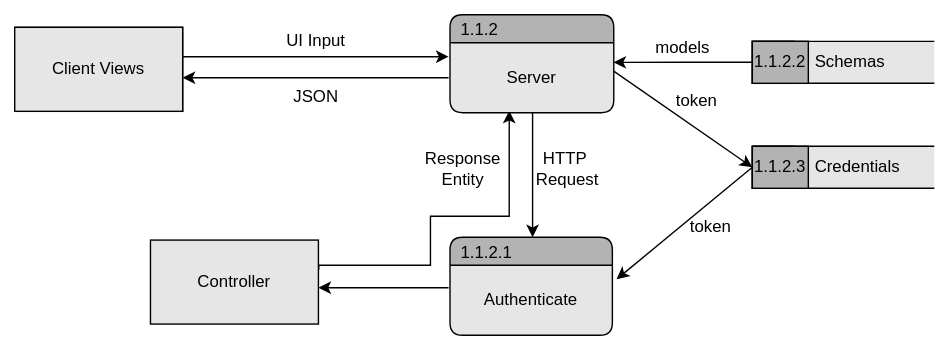
Above: TeamThreeFiles/1.1.2 Server DFD.drawio.svg in MckennahPalmer/CSE430 (draw.io), before the change. Source tidied: cells renumbered, new cells last; positions are measured from the earlier drawing's top-left corner, leaving out a move shared by most shapes. Its diagram source:
```xml
<mxGraphModel>
  <root>
    <mxCell id="0" />
    <mxCell id="1" parent="0" />
    <mxCell id="2" value="Client" style="rounded=0;whiteSpace=wrap;html=1;" parent="1" vertex="1">
      <mxGeometry y="9" width="120" height="60" as="geometry" />
    </mxCell>
    <mxCell id="3" style="edgeStyle=orthogonalEdgeStyle;rounded=0;orthogonalLoop=1;jettySize=auto;html=1;exitX=0;exitY=0.75;exitDx=0;exitDy=0;entryX=1;entryY=0.75;entryDx=0;entryDy=0;" parent="1" edge="1">
      <mxGeometry relative="1" as="geometry">
        <mxPoint x="310" y="45" as="sourcePoint" />
        <mxPoint x="120" y="45" as="targetPoint" />
      </mxGeometry>
    </mxCell>
    <mxCell id="4" style="edgeStyle=orthogonalEdgeStyle;rounded=0;orthogonalLoop=1;jettySize=auto;html=1;" parent="1" edge="1">
      <mxGeometry relative="1" as="geometry">
        <mxPoint x="370" y="69" as="sourcePoint" />
        <mxPoint x="370" y="159" as="targetPoint" />
      </mxGeometry>
    </mxCell>
    <mxCell id="5" style="rounded=0;orthogonalLoop=1;jettySize=auto;html=1;exitX=0.993;exitY=0.334;exitDx=0;exitDy=0;entryX=0;entryY=0.5;entryDx=0;entryDy=0;exitPerimeter=0;" parent="1" edge="1">
      <mxGeometry relative="1" as="geometry">
        <mxPoint x="427.2" y="39.7" as="sourcePoint" />
        <mxPoint x="527" y="109" as="targetPoint" />
      </mxGeometry>
    </mxCell>
    <mxCell id="6" style="endArrow=classic;html=1;rounded=0;exitX=1;exitY=0.5;exitDx=0;exitDy=0;entryX=0;entryY=0.5;entryDx=0;entryDy=0;" parent="1" edge="1">
      <mxGeometry relative="1" as="geometry">
        <mxPoint x="120" y="30" as="sourcePoint" />
        <mxPoint x="310" y="30" as="targetPoint" />
      </mxGeometry>
    </mxCell>
    <mxCell id="7" value="UI Input" style="text;html=1;align=center;verticalAlign=middle;strokeColor=none;fillColor=none;" parent="1" vertex="1">
      <mxGeometry x="180" y="4" width="70" height="30" as="geometry" />
    </mxCell>
    <mxCell id="8" value="HTTP&lt;br&gt;&amp;nbsp;Request" style="text;html=1;align=center;verticalAlign=middle;strokeColor=none;fillColor=none;" parent="1" vertex="1">
      <mxGeometry x="358" y="90" width="70" height="40" as="geometry" />
    </mxCell>
    <mxCell id="9" value="JSON" style="text;html=1;align=center;verticalAlign=middle;strokeColor=none;fillColor=none;" parent="1" vertex="1">
      <mxGeometry x="185" y="44" width="60" height="30" as="geometry" />
    </mxCell>
    <mxCell id="10" value="Response &lt;br&gt;Entity" style="text;html=1;align=center;verticalAlign=middle;strokeColor=none;fillColor=none;" parent="1" vertex="1">
      <mxGeometry x="280" y="90" width="80" height="40" as="geometry" />
    </mxCell>
    <mxCell id="11" style="edgeStyle=orthogonalEdgeStyle;rounded=0;orthogonalLoop=1;jettySize=auto;html=1;entryX=1;entryY=0.5;entryDx=0;entryDy=0;" parent="1" edge="1">
      <mxGeometry relative="1" as="geometry">
        <mxPoint x="310" y="195" as="sourcePoint" />
        <mxPoint x="217" y="195" as="targetPoint" />
      </mxGeometry>
    </mxCell>
    <mxCell id="12" style="edgeStyle=orthogonalEdgeStyle;rounded=0;orthogonalLoop=1;jettySize=auto;html=1;exitX=1.002;exitY=0.387;exitDx=0;exitDy=0;entryX=0.336;entryY=0.992;entryDx=0;entryDy=0;entryPerimeter=0;exitPerimeter=0;" parent="1" edge="1">
      <mxGeometry relative="1" as="geometry">
        <mxPoint x="217.2" y="182.2" as="sourcePoint" />
        <mxPoint x="353.3" y="68.5" as="targetPoint" />
        <Array as="points">
          <mxPoint x="217" y="179" />
          <mxPoint x="297" y="179" />
          <mxPoint x="297" y="144" />
          <mxPoint x="353" y="144" />
        </Array>
      </mxGeometry>
    </mxCell>
    <mxCell id="13" style="rounded=0;orthogonalLoop=1;jettySize=auto;html=1;exitX=0;exitY=0.5;exitDx=0;exitDy=0;entryX=1;entryY=0.5;entryDx=0;entryDy=0;" parent="1" edge="1">
      <mxGeometry relative="1" as="geometry">
        <mxPoint x="527" y="109" as="sourcePoint" />
        <mxPoint x="430" y="189" as="targetPoint" />
      </mxGeometry>
    </mxCell>
    <mxCell id="14" value="1" style="rounded=0;whiteSpace=wrap;html=1;fillColor=#cccccc;fontColor=#333333;strokeColor=#000000;" parent="1" vertex="1">
      <mxGeometry x="527" y="19" width="30" height="30" as="geometry" />
    </mxCell>
    <mxCell id="15" value="2" style="rounded=0;whiteSpace=wrap;html=1;fillColor=#cccccc;fontColor=#333333;strokeColor=#000000;" parent="1" vertex="1">
      <mxGeometry x="527" y="94" width="30" height="30" as="geometry" />
    </mxCell>
    <mxCell id="16" style="edgeStyle=orthogonalEdgeStyle;rounded=0;jettySize=auto;html=1;exitX=0;exitY=0.5;exitDx=0;exitDy=0;entryX=0.998;entryY=0.205;entryDx=0;entryDy=0;entryPerimeter=0;" parent="1" edge="1" source="14">
      <mxGeometry relative="1" as="geometry">
        <mxPoint x="427.8" y="34" as="targetPoint" />
      </mxGeometry>
    </mxCell>
    <mxCell id="17" value="1.1.2" style="swimlane;fontStyle=0;horizontal=1;startSize=20;fillColor=#B3B3B3;swimlaneFillColor=#E6E6E6;rounded=1;strokeColor=default;align=left;verticalAlign=middle;fontFamily=Helvetica;fontSize=12;fontColor=default;spacingLeft=6;shadow=0;" parent="1" vertex="1">
      <mxGeometry x="311" width="117" height="70" as="geometry" />
    </mxCell>
    <mxCell id="18" value="Server" style="text;html=1;strokeColor=none;fillColor=none;align=center;verticalAlign=middle;whiteSpace=wrap;rounded=0;fontSize=12;fontFamily=Helvetica;fontColor=default;" parent="17" vertex="1">
      <mxGeometry y="20" width="117" height="50" as="geometry" />
    </mxCell>
    <mxCell id="19" value="1.1.2.1" style="swimlane;fontStyle=0;horizontal=1;startSize=20;fillColor=#B3B3B3;swimlaneFillColor=#E6E6E6;rounded=1;strokeColor=default;align=left;verticalAlign=middle;fontFamily=Helvetica;fontSize=12;fontColor=default;spacingLeft=6;shadow=0;" parent="1" vertex="1">
      <mxGeometry x="311" y="159" width="116" height="70" as="geometry" />
    </mxCell>
    <mxCell id="20" value="Authenticate" style="text;html=1;strokeColor=none;fillColor=none;align=center;verticalAlign=middle;whiteSpace=wrap;rounded=0;fontSize=12;fontFamily=Helvetica;fontColor=default;" parent="19" vertex="1">
      <mxGeometry y="20" width="116" height="50" as="geometry" />
    </mxCell>
    <mxCell id="21" value="Client Views" style="rounded=0;whiteSpace=wrap;html=1;strokeColor=default;align=center;verticalAlign=middle;fontFamily=Helvetica;fontSize=12;fontColor=default;startSize=20;fillColor=#E6E6E6;" parent="1" vertex="1">
      <mxGeometry y="9" width="120" height="60" as="geometry" />
    </mxCell>
    <mxCell id="22" value="Controller" style="rounded=0;whiteSpace=wrap;html=1;strokeColor=default;align=center;verticalAlign=middle;fontFamily=Helvetica;fontSize=12;fontColor=default;startSize=20;fillColor=#E6E6E6;" parent="1" vertex="1">
      <mxGeometry x="97" y="161" width="120" height="60" as="geometry" />
    </mxCell>
    <mxCell id="23" style="group;" parent="1" vertex="1">
      <mxGeometry x="527" y="19" width="130" height="30" as="geometry" />
    </mxCell>
    <mxCell id="24" style="html=1;dashed=0;whiteSpace=wrap;shape=mxgraph.dfd.dataStoreID;align=left;spacingLeft=3;rounded=1;strokeColor=default;verticalAlign=middle;fontFamily=Helvetica;fontSize=12;fontColor=default;startSize=20;fillColor=#E6E6E6;shadow=0;" parent="23" vertex="1">
      <mxGeometry width="130" height="30" as="geometry" />
    </mxCell>
    <mxCell id="25" style="rounded=0;whiteSpace=wrap;html=1;strokeColor=default;align=center;verticalAlign=middle;fontFamily=Helvetica;fontSize=12;fontColor=default;startSize=20;fillColor=#B3B3B3;" parent="23" vertex="1">
      <mxGeometry width="40" height="30" as="geometry" />
    </mxCell>
    <mxCell id="26" value="1.1.2.2" style="text;html=1;strokeColor=none;fillColor=none;align=center;verticalAlign=middle;whiteSpace=wrap;rounded=0;fontSize=12;fontFamily=Helvetica;fontColor=default;" parent="23" vertex="1">
      <mxGeometry width="40" height="30" as="geometry" />
    </mxCell>
    <mxCell id="27" value="Schemas" style="text;html=1;strokeColor=none;fillColor=none;align=left;verticalAlign=middle;whiteSpace=wrap;rounded=0;fontSize=12;fontFamily=Helvetica;fontColor=default;" parent="23" vertex="1">
      <mxGeometry x="43.3" width="86.7" height="30" as="geometry" />
    </mxCell>
    <mxCell id="28" style="group;" parent="1" vertex="1">
      <mxGeometry x="527" y="94" width="130" height="30" as="geometry" />
    </mxCell>
    <mxCell id="29" style="html=1;dashed=0;whiteSpace=wrap;shape=mxgraph.dfd.dataStoreID;align=left;spacingLeft=3;rounded=1;strokeColor=default;verticalAlign=middle;fontFamily=Helvetica;fontSize=12;fontColor=default;startSize=20;fillColor=#E6E6E6;shadow=0;" parent="28" vertex="1">
      <mxGeometry width="130" height="30" as="geometry" />
    </mxCell>
    <mxCell id="30" style="rounded=0;whiteSpace=wrap;html=1;strokeColor=default;align=center;verticalAlign=middle;fontFamily=Helvetica;fontSize=12;fontColor=default;startSize=20;fillColor=#B3B3B3;" parent="28" vertex="1">
      <mxGeometry width="40" height="30" as="geometry" />
    </mxCell>
    <mxCell id="31" value="1.1.2.3" style="text;html=1;strokeColor=none;fillColor=none;align=center;verticalAlign=middle;whiteSpace=wrap;rounded=0;fontSize=12;fontFamily=Helvetica;fontColor=default;" parent="28" vertex="1">
      <mxGeometry width="40" height="30" as="geometry" />
    </mxCell>
    <mxCell id="32" value="Credentials" style="text;html=1;strokeColor=none;fillColor=none;align=left;verticalAlign=middle;whiteSpace=wrap;rounded=0;fontSize=12;fontFamily=Helvetica;fontColor=default;" parent="28" vertex="1">
      <mxGeometry x="43.3" width="86.7" height="30" as="geometry" />
    </mxCell>
    <mxCell id="33" value="models" style="text;html=1;align=center;verticalAlign=middle;strokeColor=none;fillColor=none;" parent="1" vertex="1">
      <mxGeometry x="447" y="9" width="60" height="30" as="geometry" />
    </mxCell>
    <mxCell id="34" value="token" style="text;html=1;align=center;verticalAlign=middle;strokeColor=none;fillColor=none;" parent="1" vertex="1">
      <mxGeometry x="462" y="47" width="50" height="30" as="geometry" />
    </mxCell>
    <mxCell id="35" value="token" style="text;html=1;align=center;verticalAlign=middle;strokeColor=none;fillColor=none;" parent="1" vertex="1">
      <mxGeometry x="472" y="137" width="50" height="30" as="geometry" />
    </mxCell>
  </root>
</mxGraphModel>
```
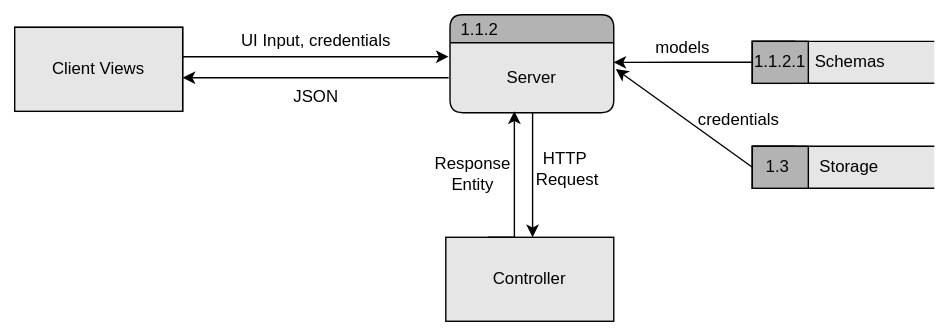
After the commit.

Commit message:
Simplified DFD Diagram 1.1.2 Server

Diff of the diagram source:
```diff
@@ -17,11 +17,8 @@
         <mxPoint x="370" y="159" as="targetPoint" />
       </mxGeometry>
     </mxCell>
-    <mxCell id="5" style="rounded=0;orthogonalLoop=1;jettySize=auto;html=1;exitX=0.993;exitY=0.334;exitDx=0;exitDy=0;entryX=0;entryY=0.5;entryDx=0;entryDy=0;exitPerimeter=0;" parent="1" edge="1">
-      <mxGeometry relative="1" as="geometry">
-        <mxPoint x="427.2" y="39.7" as="sourcePoint" />
-        <mxPoint x="527" y="109" as="targetPoint" />
-      </mxGeometry>
+    <mxCell id="5" style="rounded=0;jettySize=auto;html=1;exitX=0;exitY=0.5;exitDx=0;exitDy=0;entryX=1.012;entryY=0.376;entryDx=0;entryDy=0;entryPerimeter=0;" parent="1" edge="1" source="31" target="18">
+      <mxGeometry relative="1" as="geometry" />
     </mxCell>
     <mxCell id="6" style="endArrow=classic;html=1;rounded=0;exitX=1;exitY=0.5;exitDx=0;exitDy=0;entryX=0;entryY=0.5;entryDx=0;entryDy=0;" parent="1" edge="1">
       <mxGeometry relative="1" as="geometry">
@@ -29,8 +26,8 @@
         <mxPoint x="310" y="30" as="targetPoint" />
       </mxGeometry>
     </mxCell>
-    <mxCell id="7" value="UI Input" style="text;html=1;align=center;verticalAlign=middle;strokeColor=none;fillColor=none;" parent="1" vertex="1">
-      <mxGeometry x="180" y="4" width="70" height="30" as="geometry" />
+    <mxCell id="7" value="UI Input, credentials" style="text;html=1;align=center;verticalAlign=middle;strokeColor=none;fillColor=none;" parent="1" vertex="1">
+      <mxGeometry x="150" y="4" width="130" height="30" as="geometry" />
     </mxCell>
     <mxCell id="8" value="HTTP&lt;br&gt;&amp;nbsp;Request" style="text;html=1;align=center;verticalAlign=middle;strokeColor=none;fillColor=none;" parent="1" vertex="1">
       <mxGeometry x="358" y="90" width="70" height="40" as="geometry" />
@@ -39,32 +36,8 @@
       <mxGeometry x="185" y="44" width="60" height="30" as="geometry" />
     </mxCell>
     <mxCell id="10" value="Response &lt;br&gt;Entity" style="text;html=1;align=center;verticalAlign=middle;strokeColor=none;fillColor=none;" parent="1" vertex="1">
-      <mxGeometry x="280" y="90" width="80" height="40" as="geometry" />
+      <mxGeometry x="287" y="94" width="80" height="40" as="geometry" />
     </mxCell>
-    <mxCell id="11" style="edgeStyle=orthogonalEdgeStyle;rounded=0;orthogonalLoop=1;jettySize=auto;html=1;entryX=1;entryY=0.5;entryDx=0;entryDy=0;" parent="1" edge="1">
-      <mxGeometry relative="1" as="geometry">
-        <mxPoint x="310" y="195" as="sourcePoint" />
-        <mxPoint x="217" y="195" as="targetPoint" />
-      </mxGeometry>
-    </mxCell>
-    <mxCell id="12" style="edgeStyle=orthogonalEdgeStyle;rounded=0;orthogonalLoop=1;jettySize=auto;html=1;exitX=1.002;exitY=0.387;exitDx=0;exitDy=0;entryX=0.336;entryY=0.992;entryDx=0;entryDy=0;entryPerimeter=0;exitPerimeter=0;" parent="1" edge="1">
-      <mxGeometry relative="1" as="geometry">
-        <mxPoint x="217.2" y="182.2" as="sourcePoint" />
-        <mxPoint x="353.3" y="68.5" as="targetPoint" />
-        <Array as="points">
-          <mxPoint x="217" y="179" />
-          <mxPoint x="297" y="179" />
-          <mxPoint x="297" y="144" />
-          <mxPoint x="353" y="144" />
-        </Array>
-      </mxGeometry>
-    </mxCell>
-    <mxCell id="13" style="rounded=0;orthogonalLoop=1;jettySize=auto;html=1;exitX=0;exitY=0.5;exitDx=0;exitDy=0;entryX=1;entryY=0.5;entryDx=0;entryDy=0;" parent="1" edge="1">
-      <mxGeometry relative="1" as="geometry">
-        <mxPoint x="527" y="109" as="sourcePoint" />
-        <mxPoint x="430" y="189" as="targetPoint" />
-      </mxGeometry>
-    </mxCell>
     <mxCell id="14" value="1" style="rounded=0;whiteSpace=wrap;html=1;fillColor=#cccccc;fontColor=#333333;strokeColor=#000000;" parent="1" vertex="1">
       <mxGeometry x="527" y="19" width="30" height="30" as="geometry" />
     </mxCell>
@@ -82,17 +55,11 @@
     <mxCell id="18" value="Server" style="text;html=1;strokeColor=none;fillColor=none;align=center;verticalAlign=middle;whiteSpace=wrap;rounded=0;fontSize=12;fontFamily=Helvetica;fontColor=default;" parent="17" vertex="1">
       <mxGeometry y="20" width="117" height="50" as="geometry" />
     </mxCell>
-    <mxCell id="19" value="1.1.2.1" style="swimlane;fontStyle=0;horizontal=1;startSize=20;fillColor=#B3B3B3;swimlaneFillColor=#E6E6E6;rounded=1;strokeColor=default;align=left;verticalAlign=middle;fontFamily=Helvetica;fontSize=12;fontColor=default;spacingLeft=6;shadow=0;" parent="1" vertex="1">
-      <mxGeometry x="311" y="159" width="116" height="70" as="geometry" />
-    </mxCell>
-    <mxCell id="20" value="Authenticate" style="text;html=1;strokeColor=none;fillColor=none;align=center;verticalAlign=middle;whiteSpace=wrap;rounded=0;fontSize=12;fontFamily=Helvetica;fontColor=default;" parent="19" vertex="1">
-      <mxGeometry y="20" width="116" height="50" as="geometry" />
-    </mxCell>
     <mxCell id="21" value="Client Views" style="rounded=0;whiteSpace=wrap;html=1;strokeColor=default;align=center;verticalAlign=middle;fontFamily=Helvetica;fontSize=12;fontColor=default;startSize=20;fillColor=#E6E6E6;" parent="1" vertex="1">
       <mxGeometry y="9" width="120" height="60" as="geometry" />
     </mxCell>
     <mxCell id="22" value="Controller" style="rounded=0;whiteSpace=wrap;html=1;strokeColor=default;align=center;verticalAlign=middle;fontFamily=Helvetica;fontSize=12;fontColor=default;startSize=20;fillColor=#E6E6E6;" parent="1" vertex="1">
-      <mxGeometry x="97" y="161" width="120" height="60" as="geometry" />
+      <mxGeometry x="308" y="159" width="120" height="60" as="geometry" />
     </mxCell>
     <mxCell id="23" style="group;" parent="1" vertex="1">
       <mxGeometry x="527" y="19" width="130" height="30" as="geometry" />
@@ -103,7 +70,7 @@
     <mxCell id="25" style="rounded=0;whiteSpace=wrap;html=1;strokeColor=default;align=center;verticalAlign=middle;fontFamily=Helvetica;fontSize=12;fontColor=default;startSize=20;fillColor=#B3B3B3;" parent="23" vertex="1">
       <mxGeometry width="40" height="30" as="geometry" />
     </mxCell>
-    <mxCell id="26" value="1.1.2.2" style="text;html=1;strokeColor=none;fillColor=none;align=center;verticalAlign=middle;whiteSpace=wrap;rounded=0;fontSize=12;fontFamily=Helvetica;fontColor=default;" parent="23" vertex="1">
+    <mxCell id="26" value="1.1.2.1" style="text;html=1;strokeColor=none;fillColor=none;align=center;verticalAlign=middle;whiteSpace=wrap;rounded=0;fontSize=12;fontFamily=Helvetica;fontColor=default;" parent="23" vertex="1">
       <mxGeometry width="40" height="30" as="geometry" />
     </mxCell>
     <mxCell id="27" value="Schemas" style="text;html=1;strokeColor=none;fillColor=none;align=left;verticalAlign=middle;whiteSpace=wrap;rounded=0;fontSize=12;fontFamily=Helvetica;fontColor=default;" parent="23" vertex="1">
@@ -112,26 +79,27 @@
     <mxCell id="28" style="group;" parent="1" vertex="1">
       <mxGeometry x="527" y="94" width="130" height="30" as="geometry" />
     </mxCell>
-    <mxCell id="29" style="html=1;dashed=0;whiteSpace=wrap;shape=mxgraph.dfd.dataStoreID;align=left;spacingLeft=3;rounded=1;strokeColor=default;verticalAlign=middle;fontFamily=Helvetica;fontSize=12;fontColor=default;startSize=20;fillColor=#E6E6E6;shadow=0;" parent="28" vertex="1">
+    <mxCell id="29" value="&amp;nbsp; &amp;nbsp; &amp;nbsp; &amp;nbsp; &amp;nbsp; &amp;nbsp; &amp;nbsp;Storage" style="html=1;dashed=0;whiteSpace=wrap;shape=mxgraph.dfd.dataStoreID;align=left;spacingLeft=3;rounded=1;strokeColor=default;verticalAlign=middle;fontFamily=Helvetica;fontSize=12;fontColor=default;startSize=20;fillColor=#E6E6E6;shadow=0;" parent="28" vertex="1">
       <mxGeometry width="130" height="30" as="geometry" />
     </mxCell>
     <mxCell id="30" style="rounded=0;whiteSpace=wrap;html=1;strokeColor=default;align=center;verticalAlign=middle;fontFamily=Helvetica;fontSize=12;fontColor=default;startSize=20;fillColor=#B3B3B3;" parent="28" vertex="1">
       <mxGeometry width="40" height="30" as="geometry" />
     </mxCell>
-    <mxCell id="31" value="1.1.2.3" style="text;html=1;strokeColor=none;fillColor=none;align=center;verticalAlign=middle;whiteSpace=wrap;rounded=0;fontSize=12;fontFamily=Helvetica;fontColor=default;" parent="28" vertex="1">
+    <mxCell id="31" value="1.3&amp;nbsp;" style="text;html=1;strokeColor=none;fillColor=none;align=center;verticalAlign=middle;whiteSpace=wrap;rounded=0;fontSize=12;fontFamily=Helvetica;fontColor=default;" parent="28" vertex="1">
       <mxGeometry width="40" height="30" as="geometry" />
     </mxCell>
-    <mxCell id="32" value="Credentials" style="text;html=1;strokeColor=none;fillColor=none;align=left;verticalAlign=middle;whiteSpace=wrap;rounded=0;fontSize=12;fontFamily=Helvetica;fontColor=default;" parent="28" vertex="1">
-      <mxGeometry x="43.3" width="86.7" height="30" as="geometry" />
-    </mxCell>
     <mxCell id="33" value="models" style="text;html=1;align=center;verticalAlign=middle;strokeColor=none;fillColor=none;" parent="1" vertex="1">
       <mxGeometry x="447" y="9" width="60" height="30" as="geometry" />
     </mxCell>
-    <mxCell id="34" value="token" style="text;html=1;align=center;verticalAlign=middle;strokeColor=none;fillColor=none;" parent="1" vertex="1">
-      <mxGeometry x="462" y="47" width="50" height="30" as="geometry" />
+    <mxCell id="34" value="credentials" style="text;html=1;align=center;verticalAlign=middle;strokeColor=none;fillColor=none;" parent="1" vertex="1">
+      <mxGeometry x="477" y="60" width="80" height="30" as="geometry" />
     </mxCell>
-    <mxCell id="35" value="token" style="text;html=1;align=center;verticalAlign=middle;strokeColor=none;fillColor=none;" parent="1" vertex="1">
-      <mxGeometry x="472" y="137" width="50" height="30" as="geometry" />
-    </mxCell>
+    <mxCell id="36" style="edgeStyle=orthogonalEdgeStyle;rounded=0;jettySize=auto;html=1;exitX=0.25;exitY=0;exitDx=0;exitDy=0;entryX=0.393;entryY=0.98;entryDx=0;entryDy=0;entryPerimeter=0;" parent="1" edge="1" source="22" target="18">
+      <mxGeometry relative="1" as="geometry">
+        <Array as="points">
+          <mxPoint x="357" y="159" />
+        </Array>
+      </mxGeometry>
+    </mxCell>
   </root>
 </mxGraphModel>
```
